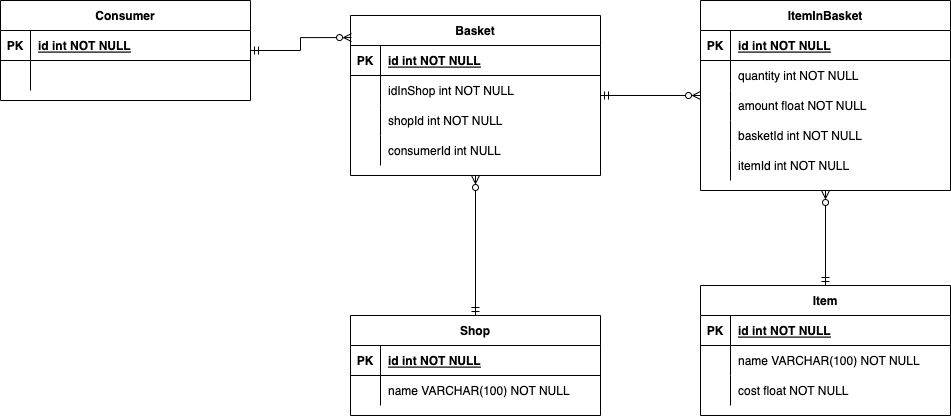
Before: ER_диаграмма_БД.png, a diagram exported from draw.io (DbnStr/diplom_work). Source tidied: cells renumbered, new cells last; positions are measured from the earlier drawing's top-left corner, leaving out a move shared by most shapes.
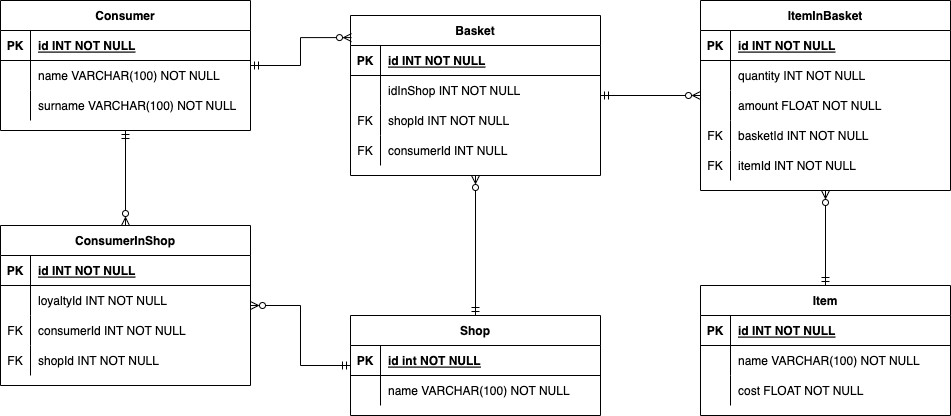
After the commit.

Commit message:
added consumerInShop entity

The edit, as a diff of the source:
```diff
@@ -2,9 +2,6 @@
   <root>
     <mxCell id="0" />
     <mxCell id="1" parent="0" />
-    <mxCell id="2" style="edgeStyle=entityRelationEdgeStyle;endArrow=ERoneToMany;startArrow=ERmandOne;endFill=0;startFill=0;exitX=1;exitY=0.5;exitDx=0;exitDy=0;" parent="1" edge="1" source="27" target="x">
-      <mxGeometry relative="1" as="geometry" />
-    </mxCell>
     <mxCell id="3" value="ItemInBasket" style="shape=table;startSize=30;rowLines=0;fontStyle=1;align=center;" parent="1" vertex="1">
       <mxGeometry x="700" width="250" height="190" as="geometry" />
     </mxCell>
@@ -14,7 +11,7 @@
     <mxCell id="5" value="PK" style="shape=partialRectangle;overflow=hidden;fillColor=none;top=0;left=0;bottom=0;right=0;fontStyle=1;" parent="4" vertex="1">
       <mxGeometry width="30" height="30" as="geometry" />
     </mxCell>
-    <mxCell id="6" value="id int NOT NULL " style="shape=partialRectangle;overflow=hidden;fillColor=none;top=0;left=0;bottom=0;right=0;align=left;spacingLeft=6;fontStyle=5;" parent="4" vertex="1">
+    <mxCell id="6" value="id INT NOT NULL " style="shape=partialRectangle;overflow=hidden;fillColor=none;top=0;left=0;bottom=0;right=0;align=left;spacingLeft=6;fontStyle=5;" parent="4" vertex="1">
       <mxGeometry x="30" width="220" height="30" as="geometry" />
     </mxCell>
     <mxCell id="7" style="shape=partialRectangle;fillColor=none;top=0;left=0;right=0;bottom=0;" parent="3" vertex="1">
@@ -23,7 +20,7 @@
     <mxCell id="8" style="shape=partialRectangle;overflow=hidden;fillColor=none;top=0;left=0;bottom=0;right=0;" parent="7" vertex="1">
       <mxGeometry width="30" height="30" as="geometry" />
     </mxCell>
-    <mxCell id="9" value="quantity int NOT NULL" style="shape=partialRectangle;overflow=hidden;fillColor=none;top=0;left=0;bottom=0;right=0;align=left;spacingLeft=6;" parent="7" vertex="1">
+    <mxCell id="9" value="quantity INT NOT NULL" style="shape=partialRectangle;overflow=hidden;fillColor=none;top=0;left=0;bottom=0;right=0;align=left;spacingLeft=6;" parent="7" vertex="1">
       <mxGeometry x="30" width="220" height="30" as="geometry" />
     </mxCell>
     <mxCell id="10" style="shape=partialRectangle;fillColor=none;top=0;left=0;right=0;bottom=0;" parent="3" vertex="1">
@@ -32,25 +29,25 @@
     <mxCell id="11" style="shape=partialRectangle;overflow=hidden;fillColor=none;top=0;left=0;bottom=0;right=0;" parent="10" vertex="1">
       <mxGeometry width="30" height="30" as="geometry" />
     </mxCell>
-    <mxCell id="12" value="amount float NOT NULL" style="shape=partialRectangle;overflow=hidden;fillColor=none;top=0;left=0;bottom=0;right=0;align=left;spacingLeft=6;" parent="10" vertex="1">
+    <mxCell id="12" value="amount FLOAT NOT NULL" style="shape=partialRectangle;overflow=hidden;fillColor=none;top=0;left=0;bottom=0;right=0;align=left;spacingLeft=6;" parent="10" vertex="1">
       <mxGeometry x="30" width="220" height="30" as="geometry" />
     </mxCell>
     <mxCell id="13" style="shape=partialRectangle;fillColor=none;top=0;left=0;right=0;bottom=0;" parent="3" vertex="1">
       <mxGeometry y="120" width="250" height="30" as="geometry" />
     </mxCell>
-    <mxCell id="14" style="shape=partialRectangle;overflow=hidden;fillColor=none;top=0;left=0;bottom=0;right=0;" parent="13" vertex="1">
+    <mxCell id="14" value="FK" style="shape=partialRectangle;overflow=hidden;fillColor=none;top=0;left=0;bottom=0;right=0;" parent="13" vertex="1">
       <mxGeometry width="30" height="30" as="geometry" />
     </mxCell>
-    <mxCell id="15" value="basketId int NOT NULL" style="shape=partialRectangle;overflow=hidden;fillColor=none;top=0;left=0;bottom=0;right=0;align=left;spacingLeft=6;" parent="13" vertex="1">
+    <mxCell id="15" value="basketId INT NOT NULL" style="shape=partialRectangle;overflow=hidden;fillColor=none;top=0;left=0;bottom=0;right=0;align=left;spacingLeft=6;" parent="13" vertex="1">
       <mxGeometry x="30" width="220" height="30" as="geometry" />
     </mxCell>
     <mxCell id="16" style="shape=partialRectangle;fillColor=none;top=0;left=0;right=0;bottom=0;" parent="3" vertex="1">
       <mxGeometry y="150" width="250" height="30" as="geometry" />
     </mxCell>
-    <mxCell id="17" style="shape=partialRectangle;overflow=hidden;fillColor=none;top=0;left=0;bottom=0;right=0;" parent="16" vertex="1">
+    <mxCell id="17" value="FK" style="shape=partialRectangle;overflow=hidden;fillColor=none;top=0;left=0;bottom=0;right=0;" parent="16" vertex="1">
       <mxGeometry width="30" height="30" as="geometry" />
     </mxCell>
-    <mxCell id="18" value="itemId int NOT NULL" style="shape=partialRectangle;overflow=hidden;fillColor=none;top=0;left=0;bottom=0;right=0;align=left;spacingLeft=6;" parent="16" vertex="1">
+    <mxCell id="18" value="itemId INT NOT NULL" style="shape=partialRectangle;overflow=hidden;fillColor=none;top=0;left=0;bottom=0;right=0;align=left;spacingLeft=6;" parent="16" vertex="1">
       <mxGeometry x="30" width="220" height="30" as="geometry" />
     </mxCell>
     <mxCell id="19" style="edgeStyle=orthogonalEdgeStyle;rounded=0;jettySize=auto;html=1;startArrow=ERmandOne;startFill=0;endArrow=ERzeroToMany;endFill=0;" parent="1" edge="1" source="20" target="3">
@@ -65,7 +62,7 @@
     <mxCell id="22" value="PK" style="shape=partialRectangle;overflow=hidden;fillColor=none;top=0;left=0;bottom=0;right=0;fontStyle=1;" parent="21" vertex="1">
       <mxGeometry width="30" height="30" as="geometry" />
     </mxCell>
-    <mxCell id="23" value="id int NOT NULL " style="shape=partialRectangle;overflow=hidden;fillColor=none;top=0;left=0;bottom=0;right=0;align=left;spacingLeft=6;fontStyle=5;" parent="21" vertex="1">
+    <mxCell id="23" value="id INT NOT NULL " style="shape=partialRectangle;overflow=hidden;fillColor=none;top=0;left=0;bottom=0;right=0;align=left;spacingLeft=6;fontStyle=5;" parent="21" vertex="1">
       <mxGeometry x="30" width="220" height="30" as="geometry" />
     </mxCell>
     <mxCell id="24" style="shape=partialRectangle;fillColor=none;top=0;left=0;right=0;bottom=0;" parent="20" vertex="1">
@@ -74,25 +71,25 @@
     <mxCell id="25" style="shape=partialRectangle;overflow=hidden;fillColor=none;top=0;left=0;bottom=0;right=0;" parent="24" vertex="1">
       <mxGeometry width="30" height="30" as="geometry" />
     </mxCell>
-    <mxCell id="26" value="idInShop int NOT NULL" style="shape=partialRectangle;overflow=hidden;fillColor=none;top=0;left=0;bottom=0;right=0;align=left;spacingLeft=6;" parent="24" vertex="1">
+    <mxCell id="26" value="idInShop INT NOT NULL" style="shape=partialRectangle;overflow=hidden;fillColor=none;top=0;left=0;bottom=0;right=0;align=left;spacingLeft=6;" parent="24" vertex="1">
       <mxGeometry x="30" width="220" height="30" as="geometry" />
     </mxCell>
     <mxCell id="27" style="shape=partialRectangle;fillColor=none;points=[[0,0.5],[1,0.5]];portConstraint=eastwest;top=0;left=0;right=0;bottom=0;" parent="20" vertex="1">
       <mxGeometry y="90" width="250" height="30" as="geometry" />
     </mxCell>
-    <mxCell id="28" style="shape=partialRectangle;overflow=hidden;fillColor=none;top=0;left=0;bottom=0;right=0;" parent="27" vertex="1">
+    <mxCell id="28" value="FK" style="shape=partialRectangle;overflow=hidden;fillColor=none;top=0;left=0;bottom=0;right=0;" parent="27" vertex="1">
       <mxGeometry width="30" height="30" as="geometry" />
     </mxCell>
-    <mxCell id="29" value="shopId int NOT NULL" style="shape=partialRectangle;overflow=hidden;fillColor=none;top=0;left=0;bottom=0;right=0;align=left;spacingLeft=6;" parent="27" vertex="1">
+    <mxCell id="29" value="shopId INT NOT NULL" style="shape=partialRectangle;overflow=hidden;fillColor=none;top=0;left=0;bottom=0;right=0;align=left;spacingLeft=6;" parent="27" vertex="1">
       <mxGeometry x="30" width="220" height="30" as="geometry" />
     </mxCell>
     <mxCell id="30" style="shape=partialRectangle;fillColor=none;top=0;left=0;right=0;bottom=0;" parent="20" vertex="1">
       <mxGeometry y="120" width="250" height="30" as="geometry" />
     </mxCell>
-    <mxCell id="31" style="shape=partialRectangle;overflow=hidden;fillColor=none;top=0;left=0;bottom=0;right=0;" parent="30" vertex="1">
+    <mxCell id="31" value="FK" style="shape=partialRectangle;overflow=hidden;fillColor=none;top=0;left=0;bottom=0;right=0;" parent="30" vertex="1">
       <mxGeometry width="30" height="30" as="geometry" />
     </mxCell>
-    <mxCell id="32" value="consumerId int NULL" style="shape=partialRectangle;overflow=hidden;fillColor=none;top=0;left=0;bottom=0;right=0;align=left;spacingLeft=6;" parent="30" vertex="1">
+    <mxCell id="32" value="consumerId INT NULL" style="shape=partialRectangle;overflow=hidden;fillColor=none;top=0;left=0;bottom=0;right=0;align=left;spacingLeft=6;" parent="30" vertex="1">
       <mxGeometry x="30" width="220" height="30" as="geometry" />
     </mxCell>
     <mxCell id="33" style="edgeStyle=orthogonalEdgeStyle;rounded=0;jettySize=auto;html=1;entryX=0.5;entryY=1;entryDx=0;entryDy=0;startArrow=ERmandOne;startFill=0;endArrow=ERzeroToMany;endFill=0;" parent="1" edge="1" source="34" target="20">
@@ -122,8 +119,11 @@
     <mxCell id="41" style="edgeStyle=orthogonalEdgeStyle;rounded=0;jettySize=auto;html=1;entryX=0.004;entryY=0.138;entryDx=0;entryDy=0;entryPerimeter=0;startArrow=ERmandOne;startFill=0;endArrow=ERzeroToMany;endFill=0;" parent="1" edge="1" source="42" target="20">
       <mxGeometry relative="1" as="geometry" />
     </mxCell>
+    <mxCell id="60" style="edgeStyle=orthogonalEdgeStyle;rounded=0;jettySize=auto;html=1;entryX=0.5;entryY=0;entryDx=0;entryDy=0;startArrow=ERmandOne;startFill=0;endArrow=ERzeroToMany;endFill=0;" parent="1" edge="1" source="42" target="65">
+      <mxGeometry relative="1" as="geometry" />
+    </mxCell>
     <mxCell id="42" value="Consumer" style="shape=table;startSize=30;rowLines=0;fontStyle=1;align=center;" parent="1" vertex="1">
-      <mxGeometry width="250" height="100" as="geometry" />
+      <mxGeometry width="250" height="130" as="geometry" />
     </mxCell>
     <mxCell id="43" style="shape=partialRectangle;fillColor=none;top=0;left=0;right=0;bottom=1;" parent="42" vertex="1">
       <mxGeometry y="30" width="250" height="30" as="geometry" />
@@ -131,7 +131,7 @@
     <mxCell id="44" value="PK" style="shape=partialRectangle;overflow=hidden;fillColor=none;top=0;left=0;bottom=0;right=0;fontStyle=1;" parent="43" vertex="1">
       <mxGeometry width="30" height="30" as="geometry" />
     </mxCell>
-    <mxCell id="45" value="id int NOT NULL " style="shape=partialRectangle;overflow=hidden;fillColor=none;top=0;left=0;bottom=0;right=0;align=left;spacingLeft=6;fontStyle=5;" parent="43" vertex="1">
+    <mxCell id="45" value="id INT NOT NULL " style="shape=partialRectangle;overflow=hidden;fillColor=none;top=0;left=0;bottom=0;right=0;align=left;spacingLeft=6;fontStyle=5;" parent="43" vertex="1">
       <mxGeometry x="30" width="220" height="30" as="geometry" />
     </mxCell>
     <mxCell id="46" style="shape=partialRectangle;fillColor=none;top=0;left=0;right=0;bottom=0;" parent="42" vertex="1">
@@ -140,9 +140,18 @@
     <mxCell id="47" style="shape=partialRectangle;overflow=hidden;fillColor=none;top=0;left=0;bottom=0;right=0;" parent="46" vertex="1">
       <mxGeometry width="30" height="30" as="geometry" />
     </mxCell>
-    <mxCell id="48" style="shape=partialRectangle;overflow=hidden;fillColor=none;top=0;left=0;bottom=0;right=0;align=left;spacingLeft=6;" parent="46" vertex="1">
+    <mxCell id="48" value="name VARCHAR(100) NOT NULL" style="shape=partialRectangle;overflow=hidden;fillColor=none;top=0;left=0;bottom=0;right=0;align=left;spacingLeft=6;" parent="46" vertex="1">
       <mxGeometry x="30" width="220" height="30" as="geometry" />
     </mxCell>
+    <mxCell id="61" style="shape=partialRectangle;fillColor=none;top=0;left=0;right=0;bottom=0;" parent="42" vertex="1">
+      <mxGeometry y="90" width="250" height="30" as="geometry" />
+    </mxCell>
+    <mxCell id="62" style="shape=partialRectangle;overflow=hidden;fillColor=none;top=0;left=0;bottom=0;right=0;" parent="61" vertex="1">
+      <mxGeometry width="30" height="30" as="geometry" />
+    </mxCell>
+    <mxCell id="63" value="surname VARCHAR(100) NOT NULL" style="shape=partialRectangle;overflow=hidden;fillColor=none;top=0;left=0;bottom=0;right=0;align=left;spacingLeft=6;" parent="61" vertex="1">
+      <mxGeometry x="30" width="220" height="30" as="geometry" />
+    </mxCell>
     <mxCell id="49" style="edgeStyle=orthogonalEdgeStyle;rounded=0;jettySize=auto;html=1;startArrow=ERmandOne;startFill=0;endArrow=ERzeroToMany;endFill=0;" parent="1" edge="1" source="50" target="3">
       <mxGeometry relative="1" as="geometry" />
     </mxCell>
@@ -155,7 +164,7 @@
     <mxCell id="52" value="PK" style="shape=partialRectangle;overflow=hidden;fillColor=none;top=0;left=0;bottom=0;right=0;fontStyle=1;" parent="51" vertex="1">
       <mxGeometry width="30" height="30" as="geometry" />
     </mxCell>
-    <mxCell id="53" value="id int NOT NULL " style="shape=partialRectangle;overflow=hidden;fillColor=none;top=0;left=0;bottom=0;right=0;align=left;spacingLeft=6;fontStyle=5;" parent="51" vertex="1">
+    <mxCell id="53" value="id INT NOT NULL " style="shape=partialRectangle;overflow=hidden;fillColor=none;top=0;left=0;bottom=0;right=0;align=left;spacingLeft=6;fontStyle=5;" parent="51" vertex="1">
       <mxGeometry x="30" width="220" height="30" as="geometry" />
     </mxCell>
     <mxCell id="54" style="shape=partialRectangle;fillColor=none;top=0;left=0;right=0;bottom=0;" parent="50" vertex="1">
@@ -173,8 +182,50 @@
     <mxCell id="58" style="shape=partialRectangle;overflow=hidden;fillColor=none;top=0;left=0;bottom=0;right=0;" parent="57" vertex="1">
       <mxGeometry width="30" height="30" as="geometry" />
     </mxCell>
-    <mxCell id="59" value="cost float NOT NULL" style="shape=partialRectangle;overflow=hidden;fillColor=none;top=0;left=0;bottom=0;right=0;align=left;spacingLeft=6;" parent="57" vertex="1">
+    <mxCell id="59" value="cost FLOAT NOT NULL" style="shape=partialRectangle;overflow=hidden;fillColor=none;top=0;left=0;bottom=0;right=0;align=left;spacingLeft=6;" parent="57" vertex="1">
       <mxGeometry x="30" width="220" height="30" as="geometry" />
     </mxCell>
+    <mxCell id="64" style="edgeStyle=orthogonalEdgeStyle;rounded=0;jettySize=auto;html=1;startArrow=ERzeroToMany;startFill=0;endArrow=ERmandOne;endFill=0;" parent="1" edge="1" source="65" target="34">
+      <mxGeometry relative="1" as="geometry" />
+    </mxCell>
+    <mxCell id="65" value="ConsumerInShop" style="shape=table;startSize=30;rowLines=0;fontStyle=1;align=center;" parent="1" vertex="1">
+      <mxGeometry y="225" width="250" height="160" as="geometry" />
+    </mxCell>
+    <mxCell id="66" style="shape=partialRectangle;fillColor=none;top=0;left=0;right=0;bottom=1;" parent="65" vertex="1">
+      <mxGeometry y="30" width="250" height="30" as="geometry" />
+    </mxCell>
+    <mxCell id="67" value="PK" style="shape=partialRectangle;overflow=hidden;fillColor=none;top=0;left=0;bottom=0;right=0;fontStyle=1;" parent="66" vertex="1">
+      <mxGeometry width="30" height="30" as="geometry" />
+    </mxCell>
+    <mxCell id="68" value="id INT NOT NULL " style="shape=partialRectangle;overflow=hidden;fillColor=none;top=0;left=0;bottom=0;right=0;align=left;spacingLeft=6;fontStyle=5;" parent="66" vertex="1">
+      <mxGeometry x="30" width="220" height="30" as="geometry" />
+    </mxCell>
+    <mxCell id="69" style="shape=partialRectangle;fillColor=none;top=0;left=0;right=0;bottom=0;" parent="65" vertex="1">
+      <mxGeometry y="60" width="250" height="30" as="geometry" />
+    </mxCell>
+    <mxCell id="70" style="shape=partialRectangle;overflow=hidden;fillColor=none;top=0;left=0;bottom=0;right=0;" parent="69" vertex="1">
+      <mxGeometry width="30" height="30" as="geometry" />
+    </mxCell>
+    <mxCell id="71" value="loyaltyId INT NOT NULL" style="shape=partialRectangle;overflow=hidden;fillColor=none;top=0;left=0;bottom=0;right=0;align=left;spacingLeft=6;" parent="69" vertex="1">
+      <mxGeometry x="30" width="220" height="30" as="geometry" />
+    </mxCell>
+    <mxCell id="72" style="shape=partialRectangle;fillColor=none;top=0;left=0;right=0;bottom=0;" parent="65" vertex="1">
+      <mxGeometry y="90" width="250" height="30" as="geometry" />
+    </mxCell>
+    <mxCell id="73" value="FK" style="shape=partialRectangle;overflow=hidden;fillColor=none;top=0;left=0;bottom=0;right=0;" parent="72" vertex="1">
+      <mxGeometry width="30" height="30" as="geometry" />
+    </mxCell>
+    <mxCell id="74" value="consumerId INT NOT NULL" style="shape=partialRectangle;overflow=hidden;fillColor=none;top=0;left=0;bottom=0;right=0;align=left;spacingLeft=6;" parent="72" vertex="1">
+      <mxGeometry x="30" width="220" height="30" as="geometry" />
+    </mxCell>
+    <mxCell id="75" style="shape=partialRectangle;fillColor=none;top=0;left=0;right=0;bottom=0;" parent="65" vertex="1">
+      <mxGeometry y="120" width="250" height="30" as="geometry" />
+    </mxCell>
+    <mxCell id="76" value="FK" style="shape=partialRectangle;overflow=hidden;fillColor=none;top=0;left=0;bottom=0;right=0;" parent="75" vertex="1">
+      <mxGeometry width="30" height="30" as="geometry" />
+    </mxCell>
+    <mxCell id="77" value="shopId INT NOT NULL" style="shape=partialRectangle;overflow=hidden;fillColor=none;top=0;left=0;bottom=0;right=0;align=left;spacingLeft=6;" parent="75" vertex="1">
+      <mxGeometry x="30" width="220" height="30" as="geometry" />
+    </mxCell>
   </root>
 </mxGraphModel>
```
